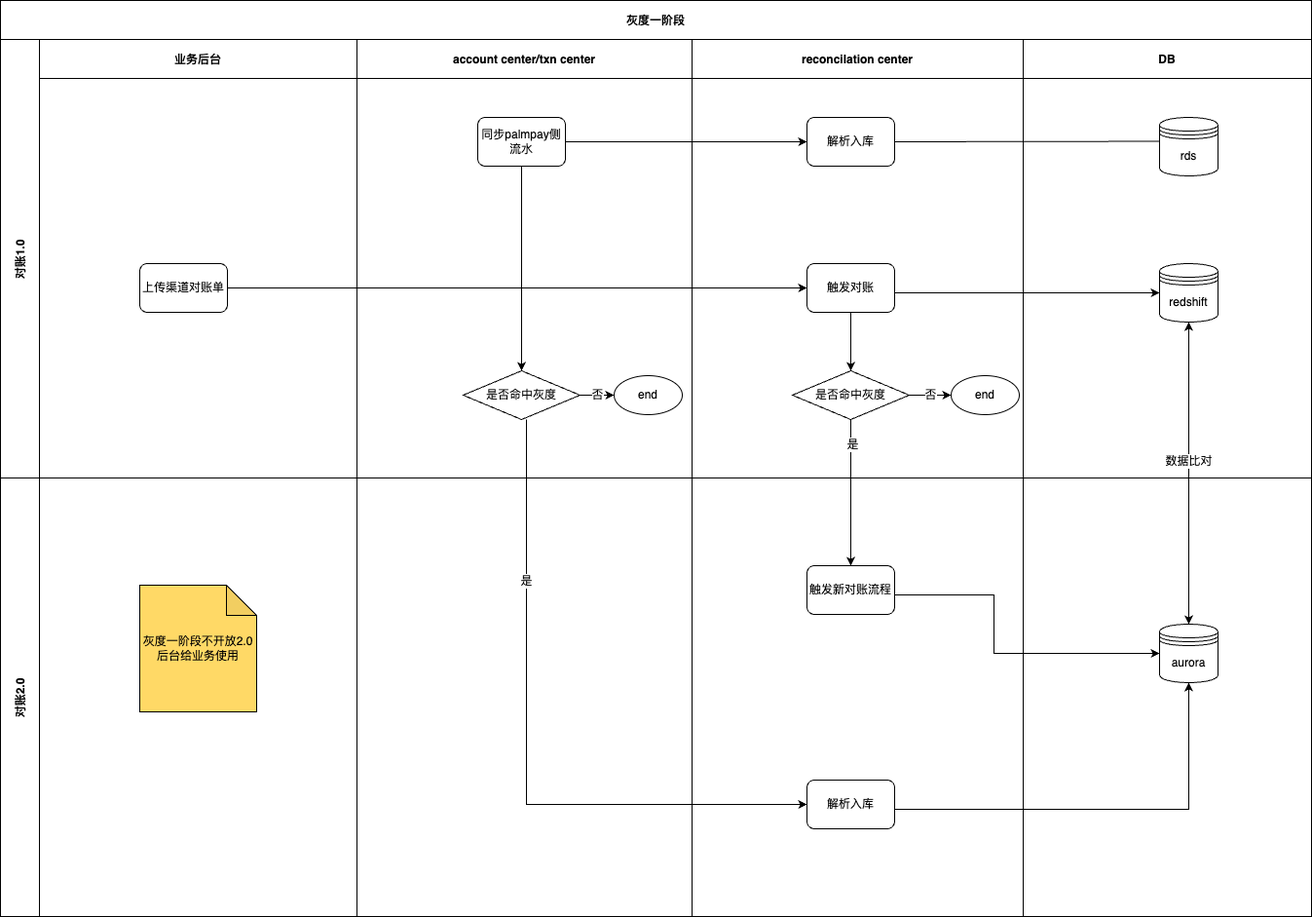
Above: Untitled Diagram.drawio.png in shiki0921/drawio (draw.io), before the change. Source tidied: cells renumbered, new cells last; positions are measured from the earlier drawing's top-left corner, leaving out a move shared by most shapes. Its diagram source:
```xml
<mxGraphModel>
  <root>
    <mxCell id="0" />
    <mxCell id="1" parent="0" />
    <mxCell id="2" value="灰度一阶段" style="shape=table;startSize=40;fontStyle=1;" parent="1" vertex="1">
      <mxGeometry width="1346" height="940" as="geometry" />
    </mxCell>
    <mxCell id="3" value="对账1.0" style="shape=tableRow;horizontal=0;startSize=40;swimlaneHead=0;swimlaneBody=0;top=0;left=0;bottom=0;right=0;fillColor=none;fontStyle=1;" parent="2" vertex="1">
      <mxGeometry y="40" width="1346" height="450" as="geometry" />
    </mxCell>
    <mxCell id="4" value="业务后台" style="swimlane;swimlaneHead=0;swimlaneBody=0;fontStyle=0;fillColor=none;startSize=40;fontStyle=1;" parent="3" vertex="1">
      <mxGeometry x="40" width="326" height="450" as="geometry" />
    </mxCell>
    <mxCell id="5" value="上传渠道对账单" style="rounded=1;whiteSpace=wrap;html=1;" parent="4" vertex="1">
      <mxGeometry x="103" y="230" width="90" height="50" as="geometry" />
    </mxCell>
    <mxCell id="6" value="account center/txn center" style="swimlane;swimlaneHead=0;swimlaneBody=0;fontStyle=0;fillColor=none;startSize=40;fontStyle=1;" parent="3" vertex="1">
      <mxGeometry x="366" width="344" height="450" as="geometry" />
    </mxCell>
    <mxCell id="7" value="同步palmpay侧流水" style="rounded=1;whiteSpace=wrap;html=1;" parent="6" vertex="1">
      <mxGeometry x="124" y="80" width="90" height="50" as="geometry" />
    </mxCell>
    <mxCell id="8" value="是否命中灰度" style="rhombus;whiteSpace=wrap;html=1;fillColor=#FFFFFF;" parent="6" vertex="1">
      <mxGeometry x="109" y="340" width="120" height="50" as="geometry" />
    </mxCell>
    <mxCell id="9" style="endArrow=classic;html=1;rounded=0;exitX=0.5;exitY=1;exitDx=0;exitDy=0;jumpStyle=none;" parent="6" edge="1" source="7" target="8">
      <mxGeometry relative="1" as="geometry" />
    </mxCell>
    <mxCell id="10" style="endArrow=classic;html=1;rounded=0;entryX=0;entryY=0.5;entryDx=0;entryDy=0;" parent="6" edge="1" target="36">
      <mxGeometry relative="1" as="geometry">
        <mxPoint x="174" y="390" as="sourcePoint" />
        <Array as="points">
          <mxPoint x="174" y="785" />
        </Array>
      </mxGeometry>
    </mxCell>
    <mxCell id="11" value="是" style="edgeLabel;html=1;align=center;verticalAlign=middle;" parent="10" vertex="1">
      <mxGeometry x="-0.52" y="-1" relative="1" as="geometry" />
    </mxCell>
    <mxCell id="12" value="end" style="ellipse;whiteSpace=wrap;html=1;fillColor=#FFFFFF;" parent="6" vertex="1">
      <mxGeometry x="264" y="345" width="70" height="40" as="geometry" />
    </mxCell>
    <mxCell id="13" value="否" style="endArrow=classic;html=1;rounded=0;entryX=0;entryY=0.5;entryDx=0;entryDy=0;exitX=1;exitY=0.5;exitDx=0;exitDy=0;" parent="6" edge="1" source="8" target="12">
      <mxGeometry relative="1" as="geometry" />
    </mxCell>
    <mxCell id="14" value="reconcilation center" style="swimlane;swimlaneHead=0;swimlaneBody=0;fontStyle=0;fillColor=none;startSize=40;fontStyle=1;" parent="3" vertex="1">
      <mxGeometry x="710" width="340" height="450" as="geometry" />
    </mxCell>
    <mxCell id="15" value="解析入库" style="rounded=1;whiteSpace=wrap;html=1;" parent="14" vertex="1">
      <mxGeometry x="118" y="80" width="90" height="50" as="geometry" />
    </mxCell>
    <mxCell id="16" style="endArrow=classic;html=1;rounded=0;exitX=1;exitY=0.5;exitDx=0;exitDy=0;" parent="14" edge="1" source="15">
      <mxGeometry relative="1" as="geometry">
        <mxPoint x="501" y="104.5" as="targetPoint" />
      </mxGeometry>
    </mxCell>
    <mxCell id="17" value="触发对账" style="rounded=1;whiteSpace=wrap;html=1;" parent="14" vertex="1">
      <mxGeometry x="118" y="230" width="90" height="50" as="geometry" />
    </mxCell>
    <mxCell id="18" value="是否命中灰度" style="rhombus;whiteSpace=wrap;html=1;fillColor=#FFFFFF;" parent="14" vertex="1">
      <mxGeometry x="103" y="340" width="120" height="50" as="geometry" />
    </mxCell>
    <mxCell id="19" style="endArrow=classic;html=1;rounded=0;entryX=0.5;entryY=0;entryDx=0;entryDy=0;exitX=0.5;exitY=1;exitDx=0;exitDy=0;" parent="14" edge="1" source="17" target="18">
      <mxGeometry relative="1" as="geometry" />
    </mxCell>
    <mxCell id="20" style="endArrow=classic;html=1;rounded=0;entryX=0;entryY=0.5;entryDx=0;entryDy=0;" parent="14" edge="1" target="24">
      <mxGeometry relative="1" as="geometry">
        <mxPoint x="208" y="260" as="sourcePoint" />
      </mxGeometry>
    </mxCell>
    <mxCell id="21" value="end" style="ellipse;whiteSpace=wrap;html=1;fillColor=#FFFFFF;" parent="14" vertex="1">
      <mxGeometry x="266" y="345" width="70" height="40" as="geometry" />
    </mxCell>
    <mxCell id="22" value="否" style="endArrow=classic;html=1;rounded=0;entryX=0;entryY=0.5;entryDx=0;entryDy=0;exitX=1;exitY=0.5;exitDx=0;exitDy=0;" parent="14" edge="1" source="18" target="21">
      <mxGeometry relative="1" as="geometry" />
    </mxCell>
    <mxCell id="23" value="DB" style="swimlane;swimlaneHead=0;swimlaneBody=0;fontStyle=0;fillColor=none;startSize=40;fontStyle=1;" parent="3" vertex="1">
      <mxGeometry x="1050" width="296" height="450" as="geometry" />
    </mxCell>
    <mxCell id="24" value="redshift" style="shape=datastore;whiteSpace=wrap;html=1;" parent="23" vertex="1">
      <mxGeometry x="140" y="230" width="60" height="60" as="geometry" />
    </mxCell>
    <mxCell id="25" value="rds" style="shape=datastore;whiteSpace=wrap;html=1;fillColor=#FFFFFF;" parent="23" vertex="1">
      <mxGeometry x="140" y="80" width="60" height="60" as="geometry" />
    </mxCell>
    <mxCell id="26" style="endArrow=classic;startArrow=classic;html=1;rounded=0;exitX=0.5;exitY=0;exitDx=0;exitDy=0;" parent="23" edge="1" source="40">
      <mxGeometry relative="1" as="geometry">
        <mxPoint x="170" y="290" as="targetPoint" />
      </mxGeometry>
    </mxCell>
    <mxCell id="27" value="数据比对" style="edgeLabel;html=1;align=center;verticalAlign=middle;" parent="26" vertex="1">
      <mxGeometry x="0.08" y="1" relative="1" as="geometry" />
    </mxCell>
    <mxCell id="28" style="endArrow=classic;html=1;rounded=0;exitX=1;exitY=0.5;exitDx=0;exitDy=0;" parent="3" edge="1" source="5" target="17">
      <mxGeometry relative="1" as="geometry" />
    </mxCell>
    <mxCell id="29" style="endArrow=classic;html=1;rounded=0;entryX=0;entryY=0.5;entryDx=0;entryDy=0;exitX=1;exitY=0.5;exitDx=0;exitDy=0;" parent="3" edge="1" source="7" target="15">
      <mxGeometry relative="1" as="geometry" />
    </mxCell>
    <mxCell id="30" value="对账2.0" style="shape=tableRow;horizontal=0;startSize=40;swimlaneHead=0;swimlaneBody=0;top=0;left=0;bottom=0;right=0;fillColor=none;fontStyle=1;" parent="2" vertex="1">
      <mxGeometry y="490" width="1346" height="450" as="geometry" />
    </mxCell>
    <mxCell id="31" style="swimlane;swimlaneHead=0;swimlaneBody=0;fontStyle=0;fillColor=none;startSize=0;fontStyle=1;" parent="30" vertex="1">
      <mxGeometry x="40" width="326" height="450" as="geometry" />
    </mxCell>
    <mxCell id="32" value="灰度一阶段不开放2.0后台给业务使用" style="shape=note;whiteSpace=wrap;html=1;backgroundOutline=1;darkOpacity=0.05;size=31;fillColor=#FFD966;" parent="31" vertex="1">
      <mxGeometry x="103" y="110" width="120" height="130" as="geometry" />
    </mxCell>
    <mxCell id="33" style="swimlane;swimlaneHead=0;swimlaneBody=0;fontStyle=0;fillColor=none;startSize=0;fontStyle=1;" parent="30" vertex="1">
      <mxGeometry x="366" width="344" height="450" as="geometry" />
    </mxCell>
    <mxCell id="34" style="swimlane;swimlaneHead=0;swimlaneBody=0;fontStyle=0;fillColor=none;startSize=0;fontStyle=1;" parent="30" vertex="1">
      <mxGeometry x="710" width="340" height="450" as="geometry" />
    </mxCell>
    <mxCell id="35" value="触发新对账流程" style="rounded=1;whiteSpace=wrap;html=1;" parent="34" vertex="1">
      <mxGeometry x="118" y="90" width="90" height="50" as="geometry" />
    </mxCell>
    <mxCell id="36" value="解析入库" style="rounded=1;whiteSpace=wrap;html=1;" parent="34" vertex="1">
      <mxGeometry x="118" y="310" width="90" height="50" as="geometry" />
    </mxCell>
    <mxCell id="37" style="endArrow=classic;html=1;rounded=0;entryX=0.5;entryY=1;entryDx=0;entryDy=0;" parent="34" edge="1" target="40">
      <mxGeometry relative="1" as="geometry">
        <mxPoint x="208" y="340" as="sourcePoint" />
        <Array as="points">
          <mxPoint x="510" y="340" />
        </Array>
      </mxGeometry>
    </mxCell>
    <mxCell id="38" style="endArrow=classic;html=1;rounded=0;entryX=0;entryY=0.5;entryDx=0;entryDy=0;" parent="34" edge="1" target="40">
      <mxGeometry relative="1" as="geometry">
        <mxPoint x="208" y="120" as="sourcePoint" />
        <Array as="points">
          <mxPoint x="310" y="120" />
          <mxPoint x="310" y="180" />
        </Array>
      </mxGeometry>
    </mxCell>
    <mxCell id="39" style="swimlane;swimlaneHead=0;swimlaneBody=0;fontStyle=0;fillColor=none;startSize=0;fontStyle=1;" parent="30" vertex="1">
      <mxGeometry x="1050" width="296" height="450" as="geometry" />
    </mxCell>
    <mxCell id="40" value="aurora" style="shape=datastore;whiteSpace=wrap;html=1;" parent="39" vertex="1">
      <mxGeometry x="140" y="150" width="60" height="60" as="geometry" />
    </mxCell>
    <mxCell id="41" style="endArrow=classic;html=1;rounded=0;exitX=0.5;exitY=1;exitDx=0;exitDy=0;entryX=0.5;entryY=0;entryDx=0;entryDy=0;" parent="2" edge="1" source="18" target="35">
      <mxGeometry relative="1" as="geometry" />
    </mxCell>
    <mxCell id="42" value="是" style="edgeLabel;html=1;align=center;verticalAlign=middle;" parent="41" vertex="1">
      <mxGeometry x="-0.67" y="1" relative="1" as="geometry" />
    </mxCell>
  </root>
</mxGraphModel>
```
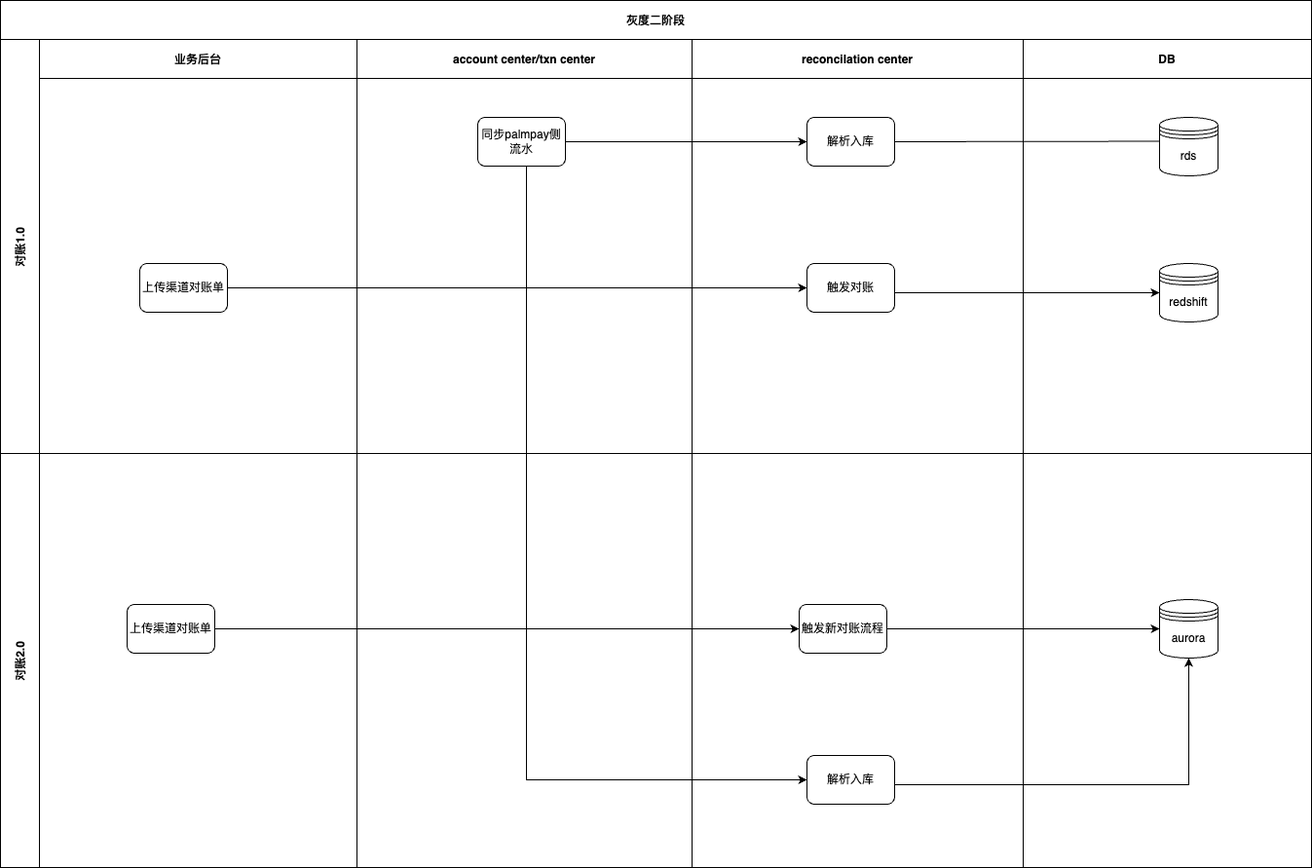
Above is the later version.

Commit message:
对账2.0灰度二阶段.png

Diff of the diagram source:
```diff
@@ -2,49 +2,34 @@
   <root>
     <mxCell id="0" />
     <mxCell id="1" parent="0" />
-    <mxCell id="2" value="灰度一阶段" style="shape=table;startSize=40;fontStyle=1;" parent="1" vertex="1">
-      <mxGeometry width="1346" height="940" as="geometry" />
+    <mxCell id="2" value="灰度二阶段" style="shape=table;startSize=40;fontStyle=1;" parent="1" vertex="1">
+      <mxGeometry width="1346" height="890" as="geometry" />
     </mxCell>
     <mxCell id="3" value="对账1.0" style="shape=tableRow;horizontal=0;startSize=40;swimlaneHead=0;swimlaneBody=0;top=0;left=0;bottom=0;right=0;fillColor=none;fontStyle=1;" parent="2" vertex="1">
-      <mxGeometry y="40" width="1346" height="450" as="geometry" />
+      <mxGeometry y="40" width="1346" height="425" as="geometry" />
     </mxCell>
     <mxCell id="4" value="业务后台" style="swimlane;swimlaneHead=0;swimlaneBody=0;fontStyle=0;fillColor=none;startSize=40;fontStyle=1;" parent="3" vertex="1">
-      <mxGeometry x="40" width="326" height="450" as="geometry" />
+      <mxGeometry x="40" width="326" height="425" as="geometry" />
     </mxCell>
     <mxCell id="5" value="上传渠道对账单" style="rounded=1;whiteSpace=wrap;html=1;" parent="4" vertex="1">
       <mxGeometry x="103" y="230" width="90" height="50" as="geometry" />
     </mxCell>
     <mxCell id="6" value="account center/txn center" style="swimlane;swimlaneHead=0;swimlaneBody=0;fontStyle=0;fillColor=none;startSize=40;fontStyle=1;" parent="3" vertex="1">
-      <mxGeometry x="366" width="344" height="450" as="geometry" />
+      <mxGeometry x="366" width="344" height="425" as="geometry" />
     </mxCell>
     <mxCell id="7" value="同步palmpay侧流水" style="rounded=1;whiteSpace=wrap;html=1;" parent="6" vertex="1">
       <mxGeometry x="124" y="80" width="90" height="50" as="geometry" />
     </mxCell>
-    <mxCell id="8" value="是否命中灰度" style="rhombus;whiteSpace=wrap;html=1;fillColor=#FFFFFF;" parent="6" vertex="1">
-      <mxGeometry x="109" y="340" width="120" height="50" as="geometry" />
-    </mxCell>
-    <mxCell id="9" style="endArrow=classic;html=1;rounded=0;exitX=0.5;exitY=1;exitDx=0;exitDy=0;jumpStyle=none;" parent="6" edge="1" source="7" target="8">
-      <mxGeometry relative="1" as="geometry" />
-    </mxCell>
-    <mxCell id="10" style="endArrow=classic;html=1;rounded=0;entryX=0;entryY=0.5;entryDx=0;entryDy=0;" parent="6" edge="1" target="36">
-      <mxGeometry relative="1" as="geometry">
-        <mxPoint x="174" y="390" as="sourcePoint" />
-        <Array as="points">
-          <mxPoint x="174" y="785" />
-        </Array>
-      </mxGeometry>
-    </mxCell>
-    <mxCell id="11" value="是" style="edgeLabel;html=1;align=center;verticalAlign=middle;" parent="10" vertex="1">
-      <mxGeometry x="-0.52" y="-1" relative="1" as="geometry" />
-    </mxCell>
-    <mxCell id="12" value="end" style="ellipse;whiteSpace=wrap;html=1;fillColor=#FFFFFF;" parent="6" vertex="1">
-      <mxGeometry x="264" y="345" width="70" height="40" as="geometry" />
-    </mxCell>
-    <mxCell id="13" value="否" style="endArrow=classic;html=1;rounded=0;entryX=0;entryY=0.5;entryDx=0;entryDy=0;exitX=1;exitY=0.5;exitDx=0;exitDy=0;" parent="6" edge="1" source="8" target="12">
-      <mxGeometry relative="1" as="geometry" />
-    </mxCell>
+    <mxCell id="43" style="endArrow=classic;html=1;rounded=0;entryX=0;entryY=0.5;entryDx=0;entryDy=0;" parent="6" edge="1" target="36">
+      <mxGeometry relative="1" as="geometry">
+        <mxPoint x="174" y="130" as="sourcePoint" />
+        <Array as="points">
+          <mxPoint x="174" y="760" />
+        </Array>
+      </mxGeometry>
+    </mxCell>
     <mxCell id="14" value="reconcilation center" style="swimlane;swimlaneHead=0;swimlaneBody=0;fontStyle=0;fillColor=none;startSize=40;fontStyle=1;" parent="3" vertex="1">
-      <mxGeometry x="710" width="340" height="450" as="geometry" />
+      <mxGeometry x="710" width="340" height="425" as="geometry" />
     </mxCell>
     <mxCell id="15" value="解析入库" style="rounded=1;whiteSpace=wrap;html=1;" parent="14" vertex="1">
       <mxGeometry x="118" y="80" width="90" height="50" as="geometry" />
@@ -57,25 +42,13 @@
     <mxCell id="17" value="触发对账" style="rounded=1;whiteSpace=wrap;html=1;" parent="14" vertex="1">
       <mxGeometry x="118" y="230" width="90" height="50" as="geometry" />
     </mxCell>
-    <mxCell id="18" value="是否命中灰度" style="rhombus;whiteSpace=wrap;html=1;fillColor=#FFFFFF;" parent="14" vertex="1">
-      <mxGeometry x="103" y="340" width="120" height="50" as="geometry" />
-    </mxCell>
-    <mxCell id="19" style="endArrow=classic;html=1;rounded=0;entryX=0.5;entryY=0;entryDx=0;entryDy=0;exitX=0.5;exitY=1;exitDx=0;exitDy=0;" parent="14" edge="1" source="17" target="18">
-      <mxGeometry relative="1" as="geometry" />
-    </mxCell>
     <mxCell id="20" style="endArrow=classic;html=1;rounded=0;entryX=0;entryY=0.5;entryDx=0;entryDy=0;" parent="14" edge="1" target="24">
       <mxGeometry relative="1" as="geometry">
         <mxPoint x="208" y="260" as="sourcePoint" />
       </mxGeometry>
     </mxCell>
-    <mxCell id="21" value="end" style="ellipse;whiteSpace=wrap;html=1;fillColor=#FFFFFF;" parent="14" vertex="1">
-      <mxGeometry x="266" y="345" width="70" height="40" as="geometry" />
-    </mxCell>
-    <mxCell id="22" value="否" style="endArrow=classic;html=1;rounded=0;entryX=0;entryY=0.5;entryDx=0;entryDy=0;exitX=1;exitY=0.5;exitDx=0;exitDy=0;" parent="14" edge="1" source="18" target="21">
-      <mxGeometry relative="1" as="geometry" />
-    </mxCell>
     <mxCell id="23" value="DB" style="swimlane;swimlaneHead=0;swimlaneBody=0;fontStyle=0;fillColor=none;startSize=40;fontStyle=1;" parent="3" vertex="1">
-      <mxGeometry x="1050" width="296" height="450" as="geometry" />
+      <mxGeometry x="1050" width="296" height="425" as="geometry" />
     </mxCell>
     <mxCell id="24" value="redshift" style="shape=datastore;whiteSpace=wrap;html=1;" parent="23" vertex="1">
       <mxGeometry x="140" y="230" width="60" height="60" as="geometry" />
@@ -83,14 +56,6 @@
     <mxCell id="25" value="rds" style="shape=datastore;whiteSpace=wrap;html=1;fillColor=#FFFFFF;" parent="23" vertex="1">
       <mxGeometry x="140" y="80" width="60" height="60" as="geometry" />
     </mxCell>
-    <mxCell id="26" style="endArrow=classic;startArrow=classic;html=1;rounded=0;exitX=0.5;exitY=0;exitDx=0;exitDy=0;" parent="23" edge="1" source="40">
-      <mxGeometry relative="1" as="geometry">
-        <mxPoint x="170" y="290" as="targetPoint" />
-      </mxGeometry>
-    </mxCell>
-    <mxCell id="27" value="数据比对" style="edgeLabel;html=1;align=center;verticalAlign=middle;" parent="26" vertex="1">
-      <mxGeometry x="0.08" y="1" relative="1" as="geometry" />
-    </mxCell>
     <mxCell id="28" style="endArrow=classic;html=1;rounded=0;exitX=1;exitY=0.5;exitDx=0;exitDy=0;" parent="3" edge="1" source="5" target="17">
       <mxGeometry relative="1" as="geometry" />
     </mxCell>
@@ -98,22 +63,22 @@
       <mxGeometry relative="1" as="geometry" />
     </mxCell>
     <mxCell id="30" value="对账2.0" style="shape=tableRow;horizontal=0;startSize=40;swimlaneHead=0;swimlaneBody=0;top=0;left=0;bottom=0;right=0;fillColor=none;fontStyle=1;" parent="2" vertex="1">
-      <mxGeometry y="490" width="1346" height="450" as="geometry" />
+      <mxGeometry y="465" width="1346" height="425" as="geometry" />
     </mxCell>
     <mxCell id="31" style="swimlane;swimlaneHead=0;swimlaneBody=0;fontStyle=0;fillColor=none;startSize=0;fontStyle=1;" parent="30" vertex="1">
-      <mxGeometry x="40" width="326" height="450" as="geometry" />
+      <mxGeometry x="40" width="326" height="425" as="geometry" />
     </mxCell>
-    <mxCell id="32" value="灰度一阶段不开放2.0后台给业务使用" style="shape=note;whiteSpace=wrap;html=1;backgroundOutline=1;darkOpacity=0.05;size=31;fillColor=#FFD966;" parent="31" vertex="1">
-      <mxGeometry x="103" y="110" width="120" height="130" as="geometry" />
-    </mxCell>
+    <mxCell id="44" value="上传渠道对账单" style="rounded=1;whiteSpace=wrap;html=1;" parent="31" vertex="1">
+      <mxGeometry x="90" y="155" width="90" height="50" as="geometry" />
+    </mxCell>
     <mxCell id="33" style="swimlane;swimlaneHead=0;swimlaneBody=0;fontStyle=0;fillColor=none;startSize=0;fontStyle=1;" parent="30" vertex="1">
-      <mxGeometry x="366" width="344" height="450" as="geometry" />
+      <mxGeometry x="366" width="344" height="425" as="geometry" />
     </mxCell>
     <mxCell id="34" style="swimlane;swimlaneHead=0;swimlaneBody=0;fontStyle=0;fillColor=none;startSize=0;fontStyle=1;" parent="30" vertex="1">
-      <mxGeometry x="710" width="340" height="450" as="geometry" />
+      <mxGeometry x="710" width="340" height="425" as="geometry" />
     </mxCell>
     <mxCell id="35" value="触发新对账流程" style="rounded=1;whiteSpace=wrap;html=1;" parent="34" vertex="1">
-      <mxGeometry x="118" y="90" width="90" height="50" as="geometry" />
+      <mxGeometry x="110" y="155" width="90" height="50" as="geometry" />
     </mxCell>
     <mxCell id="36" value="解析入库" style="rounded=1;whiteSpace=wrap;html=1;" parent="34" vertex="1">
       <mxGeometry x="118" y="310" width="90" height="50" as="geometry" />
@@ -126,26 +91,17 @@
         </Array>
       </mxGeometry>
     </mxCell>
-    <mxCell id="38" style="endArrow=classic;html=1;rounded=0;entryX=0;entryY=0.5;entryDx=0;entryDy=0;" parent="34" edge="1" target="40">
-      <mxGeometry relative="1" as="geometry">
-        <mxPoint x="208" y="120" as="sourcePoint" />
-        <Array as="points">
-          <mxPoint x="310" y="120" />
-          <mxPoint x="310" y="180" />
-        </Array>
-      </mxGeometry>
-    </mxCell>
     <mxCell id="39" style="swimlane;swimlaneHead=0;swimlaneBody=0;fontStyle=0;fillColor=none;startSize=0;fontStyle=1;" parent="30" vertex="1">
-      <mxGeometry x="1050" width="296" height="450" as="geometry" />
+      <mxGeometry x="1050" width="296" height="425" as="geometry" />
     </mxCell>
     <mxCell id="40" value="aurora" style="shape=datastore;whiteSpace=wrap;html=1;" parent="39" vertex="1">
       <mxGeometry x="140" y="150" width="60" height="60" as="geometry" />
     </mxCell>
-    <mxCell id="41" style="endArrow=classic;html=1;rounded=0;exitX=0.5;exitY=1;exitDx=0;exitDy=0;entryX=0.5;entryY=0;entryDx=0;entryDy=0;" parent="2" edge="1" source="18" target="35">
-      <mxGeometry relative="1" as="geometry" />
-    </mxCell>
-    <mxCell id="42" value="是" style="edgeLabel;html=1;align=center;verticalAlign=middle;" parent="41" vertex="1">
-      <mxGeometry x="-0.67" y="1" relative="1" as="geometry" />
-    </mxCell>
+    <mxCell id="45" style="endArrow=classic;html=1;rounded=0;entryX=0;entryY=0.5;entryDx=0;entryDy=0;exitX=1;exitY=0.5;exitDx=0;exitDy=0;" parent="30" edge="1" source="35" target="40">
+      <mxGeometry relative="1" as="geometry" />
+    </mxCell>
+    <mxCell id="46" style="endArrow=classic;html=1;rounded=0;entryX=0;entryY=0.5;entryDx=0;entryDy=0;exitX=1;exitY=0.5;exitDx=0;exitDy=0;" parent="30" edge="1" source="44" target="35">
+      <mxGeometry relative="1" as="geometry" />
+    </mxCell>
   </root>
 </mxGraphModel>
```
